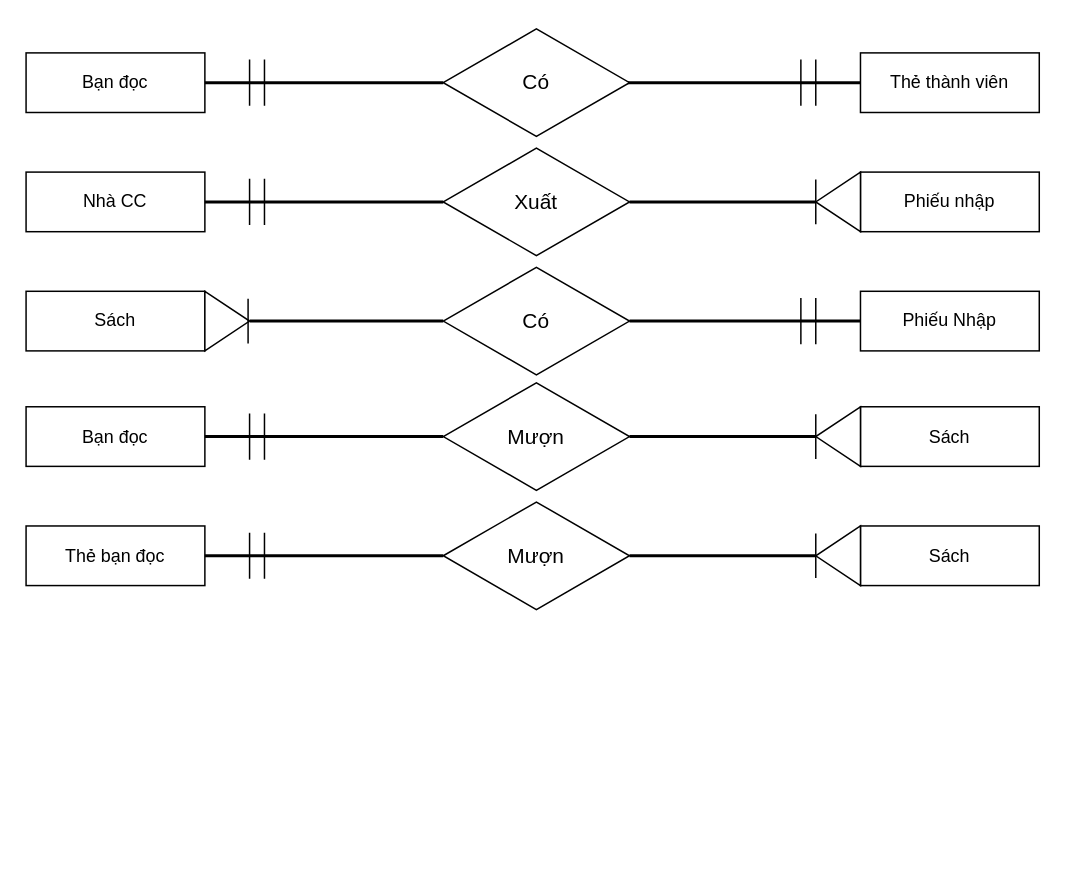
The draw.io diagram page "Sơ đồ E-R" (3 of 9) of Nhóm 1.drawio in Nguyenquynh235/DoAnNhom1, before the edit. Source tidied: cells renumbered, new cells numbered last; positions are measured from the earlier drawing's top-left corner, leaving out a move shared by most shapes. Both pictures are drawn from the tidied source at 149%, with x=0, y=0 at pixel (25, 25).
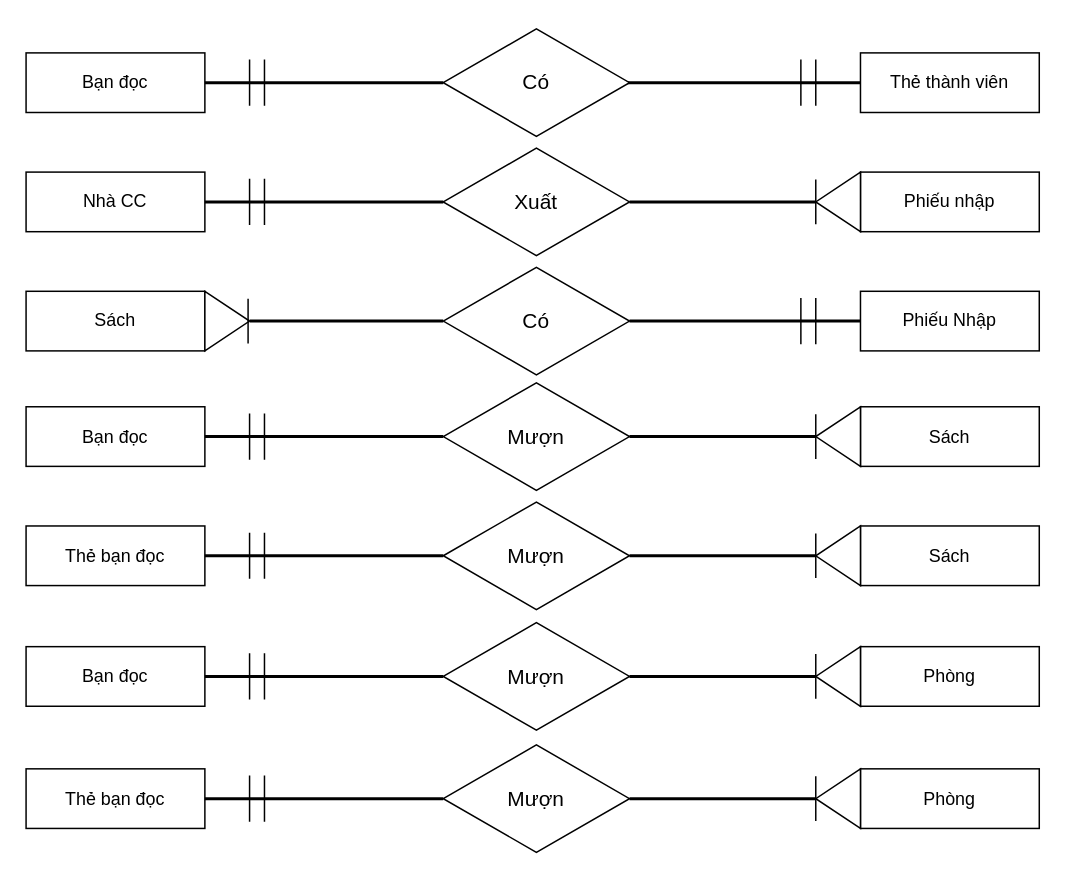
The same page after the edit.

What changed in the source:
```diff
@@
+    <mxCell id="41" value="Bạn đọc" style="rounded=0;whiteSpace=wrap;html=1;" parent="1" vertex="1">
+      <mxGeometry y="416.5" width="120" height="40" as="geometry" />
+    </mxCell>
+    <mxCell id="42" value="Phòng" style="rounded=0;whiteSpace=wrap;html=1;" parent="1" vertex="1">
+      <mxGeometry x="560" y="416.5" width="120" height="40" as="geometry" />
+    </mxCell>
+    <mxCell id="43" style="triangle;whiteSpace=wrap;html=1;rotation=-180;" parent="1" vertex="1">
+      <mxGeometry x="530" y="416.5" width="30" height="40" as="geometry" />
+    </mxCell>
+    <mxCell id="44" style="line;strokeWidth=2;html=1;" parent="1" vertex="1">
+      <mxGeometry x="120" y="431.5" width="160" height="10" as="geometry" />
+    </mxCell>
+    <mxCell id="45" value="&lt;font style=&quot;font-size: 14px;&quot;&gt;Mượn&lt;/font&gt;" style="html=1;whiteSpace=wrap;shape=isoRectangle;" parent="1" vertex="1">
+      <mxGeometry x="280" y="399" width="125" height="75" as="geometry" />
+    </mxCell>
+    <mxCell id="46" style="line;strokeWidth=2;html=1;" parent="1" vertex="1">
+      <mxGeometry x="405" y="431.5" width="125" height="10" as="geometry" />
+    </mxCell>
+    <mxCell id="47" style="endArrow=none;html=1;rounded=0;" parent="1" edge="1">
+      <mxGeometry relative="1" as="geometry">
+        <mxPoint x="530" y="451.5" as="sourcePoint" />
+        <mxPoint x="530" y="421.5" as="targetPoint" />
+      </mxGeometry>
+    </mxCell>
+    <mxCell id="48" style="shape=partialRectangle;whiteSpace=wrap;html=1;bottom=0;top=0;fillColor=none;" parent="1" vertex="1">
+      <mxGeometry x="150" y="421.5" width="10" height="30" as="geometry" />
+    </mxCell>
+    <mxCell id="49" value="Thẻ bạn đọc" style="rounded=0;whiteSpace=wrap;html=1;" parent="1" vertex="1">
+      <mxGeometry y="498.5" width="120" height="40" as="geometry" />
+    </mxCell>
+    <mxCell id="50" value="Phòng" style="rounded=0;whiteSpace=wrap;html=1;" parent="1" vertex="1">
+      <mxGeometry x="560" y="498.5" width="120" height="40" as="geometry" />
+    </mxCell>
+    <mxCell id="51" style="triangle;whiteSpace=wrap;html=1;rotation=-180;" parent="1" vertex="1">
+      <mxGeometry x="530" y="498.5" width="30" height="40" as="geometry" />
+    </mxCell>
+    <mxCell id="52" style="line;strokeWidth=2;html=1;" parent="1" vertex="1">
+      <mxGeometry x="120" y="513.5" width="160" height="10" as="geometry" />
+    </mxCell>
+    <mxCell id="53" value="&lt;font style=&quot;font-size: 14px;&quot;&gt;Mượn&lt;/font&gt;" style="html=1;whiteSpace=wrap;shape=isoRectangle;" parent="1" vertex="1">
+      <mxGeometry x="280" y="481" width="125" height="75" as="geometry" />
+    </mxCell>
+    <mxCell id="54" style="line;strokeWidth=2;html=1;" parent="1" vertex="1">
+      <mxGeometry x="405" y="513.5" width="125" height="10" as="geometry" />
+    </mxCell>
+    <mxCell id="55" style="endArrow=none;html=1;rounded=0;" parent="1" edge="1">
+      <mxGeometry relative="1" as="geometry">
+        <mxPoint x="530" y="533.5" as="sourcePoint" />
+        <mxPoint x="530" y="503.5" as="targetPoint" />
+      </mxGeometry>
+    </mxCell>
+    <mxCell id="56" style="shape=partialRectangle;whiteSpace=wrap;html=1;bottom=0;top=0;fillColor=none;" parent="1" vertex="1">
+      <mxGeometry x="150" y="503.5" width="10" height="30" as="geometry" />
+    </mxCell>
```
